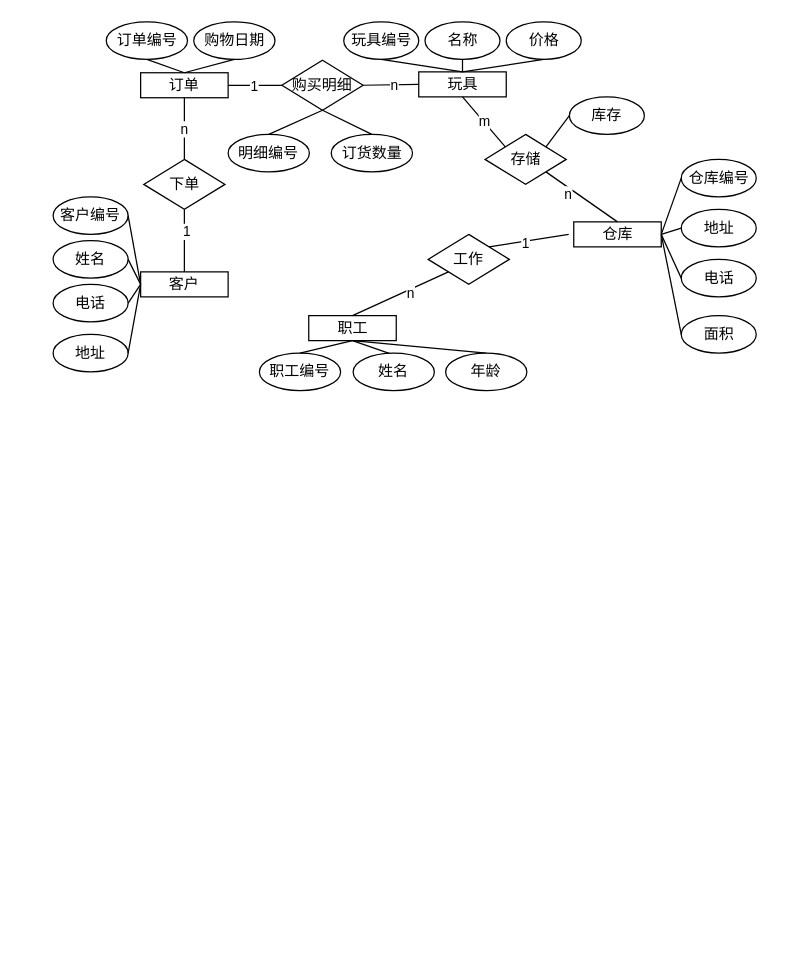
Before: LessonUML/shijuan.drawio in WFTGF2024/UML, a draw.io diagram. Source tidied: cells renumbered, new cells numbered last; positions are measured from the earlier drawing's top-left corner, leaving out a move shared by most shapes. Both pictures are drawn from the tidied source at 125%, with x=0, y=0 at pixel (52, 21).
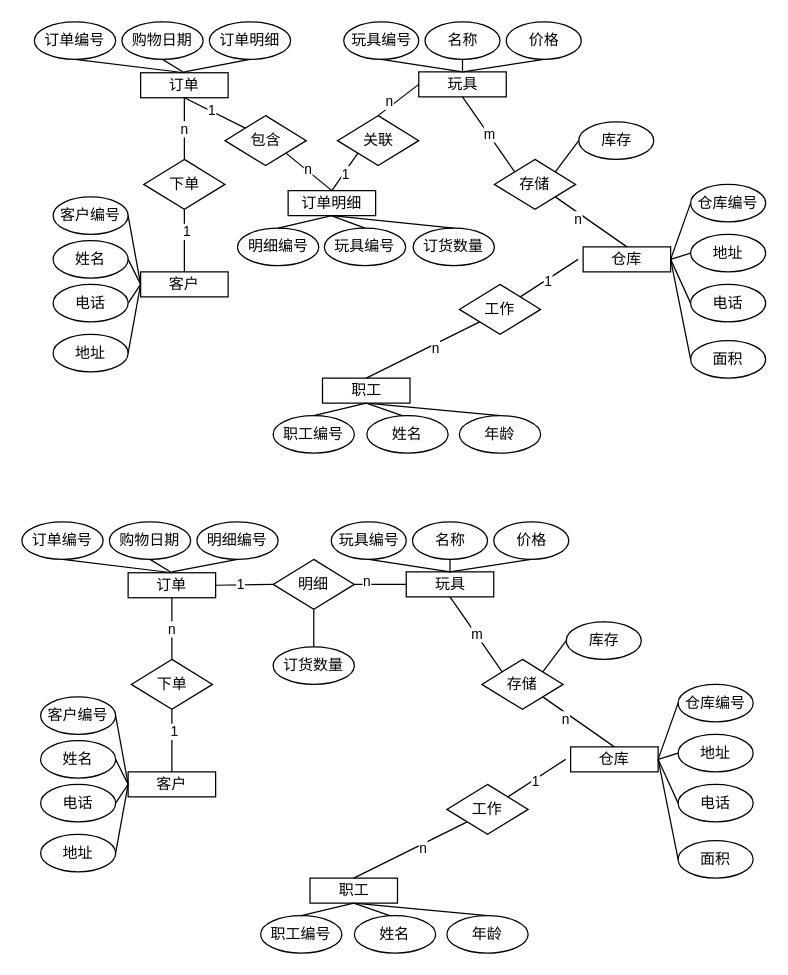
The same page after the edit.

Unchanged cells that the change refers to:
```xml
<mxCell id="2" value="玩具" style="rounded=0;whiteSpace=wrap;html=1;" parent="1" vertex="1">
  <mxGeometry x="292.5" y="40" width="70" height="20" as="geometry" />
</mxCell>
<mxCell id="8" value="订单" style="rounded=0;whiteSpace=wrap;html=1;" parent="1" vertex="1">
  <mxGeometry x="70" y="40.7" width="70" height="20" as="geometry" />
</mxCell>
```

Diff of the diagram source:
```diff
@@
     <mxCell id="6" value="仓库编号" style="ellipse;whiteSpace=wrap;html=1;" parent="1" vertex="1">
-      <mxGeometry x="502.5" y="110" width="60" height="30" as="geometry" />
+      <mxGeometry x="510" y="130" width="60" height="30" as="geometry" />
     </mxCell>
     <mxCell id="7" value="仓库" style="rounded=0;whiteSpace=wrap;html=1;" parent="1" vertex="1">
-      <mxGeometry x="416.5" y="160" width="70" height="20" as="geometry" />
+      <mxGeometry x="424" y="180" width="70" height="20" as="geometry" />
     </mxCell>
@@
     <mxCell id="14" value="地址" style="ellipse;whiteSpace=wrap;html=1;" parent="1" vertex="1">
-      <mxGeometry x="502.5" y="150" width="60" height="30" as="geometry" />
+      <mxGeometry x="510" y="170" width="60" height="30" as="geometry" />
     </mxCell>
     <mxCell id="15" value="电话" style="ellipse;whiteSpace=wrap;html=1;" parent="1" vertex="1">
-      <mxGeometry x="502.5" y="190" width="60" height="30" as="geometry" />
+      <mxGeometry x="510" y="210" width="60" height="30" as="geometry" />
     </mxCell>
     <mxCell id="16" value="面积" style="ellipse;whiteSpace=wrap;html=1;" parent="1" vertex="1">
-      <mxGeometry x="502.5" y="235" width="60" height="30" as="geometry" />
+      <mxGeometry x="510" y="255" width="60" height="30" as="geometry" />
     </mxCell>
     <mxCell id="17" value="订货数量" style="ellipse;whiteSpace=wrap;html=1;" parent="1" vertex="1">
-      <mxGeometry x="222.5" y="90" width="65" height="30" as="geometry" />
+      <mxGeometry x="288" y="165" width="65" height="30" as="geometry" />
     </mxCell>
     <mxCell id="18" value="订单编号" style="ellipse;whiteSpace=wrap;html=1;" parent="1" vertex="1">
-      <mxGeometry x="42.5" width="65" height="30" as="geometry" />
+      <mxGeometry x="-15" width="65" height="30" as="geometry" />
     </mxCell>
     <mxCell id="19" value="购物日期" style="ellipse;whiteSpace=wrap;html=1;" parent="1" vertex="1">
-      <mxGeometry x="112.5" width="65" height="30" as="geometry" />
+      <mxGeometry x="55" width="65" height="30" as="geometry" />
     </mxCell>
-    <mxCell id="20" value="明细编号" style="ellipse;whiteSpace=wrap;html=1;" parent="1" vertex="1">
-      <mxGeometry x="140" y="90" width="65" height="30" as="geometry" />
-    </mxCell>
     <mxCell id="21" value="存储" style="rhombus;whiteSpace=wrap;html=1;" parent="1" vertex="1">
-      <mxGeometry x="345.5" y="90" width="65" height="40" as="geometry" />
+      <mxGeometry x="353" y="110" width="65" height="40" as="geometry" />
     </mxCell>
     <mxCell id="22" value="库存" style="ellipse;whiteSpace=wrap;html=1;" parent="1" vertex="1">
-      <mxGeometry x="413" y="60" width="60" height="30" as="geometry" />
+      <mxGeometry x="420.5" y="80" width="60" height="30" as="geometry" />
     </mxCell>
@@
-    <mxCell id="25" style="endArrow=none;html=1;rounded=0;exitX=1;exitY=0.5;exitDx=0;exitDy=0;entryX=0;entryY=0.5;entryDx=0;entryDy=0;" parent="1" edge="1" source="8" target="46">
+    <mxCell id="25" style="endArrow=none;html=1;rounded=0;exitX=0.5;exitY=0;exitDx=0;exitDy=0;entryX=0;entryY=1;entryDx=0;entryDy=0;" parent="1" edge="1" source="68" target="46">
       <mxGeometry relative="1" as="geometry" />
     </mxCell>
@@
     <mxCell id="31" value="职工" style="rounded=0;whiteSpace=wrap;html=1;" parent="1" vertex="1">
-      <mxGeometry x="204.5" y="235" width="70" height="20" as="geometry" />
+      <mxGeometry x="215.5" y="285" width="70" height="20" as="geometry" />
     </mxCell>
     <mxCell id="32" value="工作" style="rhombus;whiteSpace=wrap;html=1;" parent="1" vertex="1">
-      <mxGeometry x="300" y="170" width="65" height="40" as="geometry" />
+      <mxGeometry x="325" y="210" width="65" height="40" as="geometry" />
     </mxCell>
     <mxCell id="33" style="endArrow=none;html=1;rounded=0;entryX=0.462;entryY=0.019;entryDx=0;entryDy=0;entryPerimeter=0;" parent="1" edge="1" target="40">
       <mxGeometry relative="1" as="geometry">
-        <mxPoint x="239.5" y="255" as="sourcePoint" />
+        <mxPoint x="250.5" y="305" as="sourcePoint" />
       </mxGeometry>
     </mxCell>
@@
     <mxCell id="35" style="endArrow=none;html=1;rounded=0;exitX=1;exitY=0;exitDx=0;exitDy=0;" parent="1" edge="1" source="32">
       <mxGeometry relative="1" as="geometry">
-        <mxPoint x="412.5" y="170" as="targetPoint" />
+        <mxPoint x="420" y="190" as="targetPoint" />
       </mxGeometry>
     </mxCell>
@@
     <mxCell id="39" value="职工编号" style="ellipse;whiteSpace=wrap;html=1;" parent="1" vertex="1">
-      <mxGeometry x="165" y="265" width="65" height="30" as="geometry" />
+      <mxGeometry x="176" y="315" width="65" height="30" as="geometry" />
     </mxCell>
     <mxCell id="40" value="姓名" style="ellipse;whiteSpace=wrap;html=1;" parent="1" vertex="1">
-      <mxGeometry x="240" y="265" width="65" height="30" as="geometry" />
+      <mxGeometry x="251" y="315" width="65" height="30" as="geometry" />
     </mxCell>
     <mxCell id="41" value="年龄" style="ellipse;whiteSpace=wrap;html=1;" parent="1" vertex="1">
-      <mxGeometry x="314" y="265" width="65" height="30" as="geometry" />
+      <mxGeometry x="325" y="315" width="65" height="30" as="geometry" />
     </mxCell>
@@
-    <mxCell id="46" value="购买明细" style="rhombus;whiteSpace=wrap;html=1;" parent="1" vertex="1">
-      <mxGeometry x="183" y="30.7" width="65" height="40" as="geometry" />
+    <mxCell id="46" value="关联" style="rhombus;whiteSpace=wrap;html=1;" parent="1" vertex="1">
+      <mxGeometry x="227.5" y="75" width="65" height="40" as="geometry" />
     </mxCell>
-    <mxCell id="47" style="endArrow=none;html=1;rounded=0;entryX=0.5;entryY=1;entryDx=0;entryDy=0;exitX=0.5;exitY=0;exitDx=0;exitDy=0;" parent="1" edge="1" source="20" target="46">
-      <mxGeometry relative="1" as="geometry" />
-    </mxCell>
-    <mxCell id="48" style="endArrow=none;html=1;rounded=0;exitX=0;exitY=0.5;exitDx=0;exitDy=0;entryX=1;entryY=0.5;entryDx=0;entryDy=0;" parent="1" edge="1" source="2" target="46">
+    <mxCell id="48" style="endArrow=none;html=1;rounded=0;exitX=0;exitY=0.5;exitDx=0;exitDy=0;entryX=0.5;entryY=0;entryDx=0;entryDy=0;" parent="1" edge="1" source="2" target="46">
       <mxGeometry relative="1" as="geometry" />
     </mxCell>
     <mxCell id="49" value="n" style="edgeLabel;html=1;align=center;verticalAlign=middle;" parent="48" vertex="1">
       <mxGeometry x="0.41" y="4" relative="1" as="geometry">
-        <mxPoint x="11" y="-4" as="offset" />
+        <mxPoint x="-3" y="-7" as="offset" />
       </mxGeometry>
     </mxCell>
-    <mxCell id="50" style="endArrow=none;html=1;rounded=0;entryX=0.5;entryY=0;entryDx=0;entryDy=0;exitX=0.5;exitY=1;exitDx=0;exitDy=0;" parent="1" edge="1" source="46" target="17">
+    <mxCell id="50" style="endArrow=none;html=1;rounded=0;entryX=0.5;entryY=0;entryDx=0;entryDy=0;exitX=1;exitY=1;exitDx=0;exitDy=0;" parent="1" edge="1" source="74" target="68">
       <mxGeometry relative="1" as="geometry" />
     </mxCell>
+    <mxCell id="65" value="n" style="edgeLabel;html=1;align=center;verticalAlign=middle;" parent="50" vertex="1">
+      <mxGeometry x="-0.11" y="1" relative="1" as="geometry" />
+    </mxCell>
@@
+    <mxCell id="66" value="订单明细" style="ellipse;whiteSpace=wrap;html=1;" parent="1" vertex="1">
+      <mxGeometry x="125" width="65" height="30" as="geometry" />
+    </mxCell>
+    <mxCell id="67" style="endArrow=none;html=1;rounded=0;entryX=0.5;entryY=1;entryDx=0;entryDy=0;" parent="1" edge="1" target="66">
+      <mxGeometry relative="1" as="geometry">
+        <mxPoint x="105" y="40" as="sourcePoint" />
+      </mxGeometry>
+    </mxCell>
+    <mxCell id="68" value="订单明细" style="rounded=0;whiteSpace=wrap;html=1;" parent="1" vertex="1">
+      <mxGeometry x="188" y="135" width="70" height="20" as="geometry" />
+    </mxCell>
+    <mxCell id="69" value="明细编号" style="ellipse;whiteSpace=wrap;html=1;" parent="1" vertex="1">
+      <mxGeometry x="147.5" y="165" width="65" height="30" as="geometry" />
+    </mxCell>
+    <mxCell id="70" value="玩具编号" style="ellipse;whiteSpace=wrap;html=1;" parent="1" vertex="1">
+      <mxGeometry x="217" y="165" width="65" height="30" as="geometry" />
+    </mxCell>
+    <mxCell id="71" style="endArrow=none;html=1;rounded=0;entryX=0.5;entryY=0;entryDx=0;entryDy=0;exitX=0.5;exitY=1;exitDx=0;exitDy=0;" parent="1" edge="1" source="68" target="69">
+      <mxGeometry relative="1" as="geometry" />
+    </mxCell>
+    <mxCell id="72" style="endArrow=none;html=1;rounded=0;entryX=0.5;entryY=1;entryDx=0;entryDy=0;exitX=0.5;exitY=0;exitDx=0;exitDy=0;" parent="1" edge="1" source="17" target="68">
+      <mxGeometry relative="1" as="geometry" />
+    </mxCell>
+    <mxCell id="73" style="endArrow=none;html=1;rounded=0;entryX=0.5;entryY=0;entryDx=0;entryDy=0;" parent="1" edge="1" target="70">
+      <mxGeometry relative="1" as="geometry">
+        <mxPoint x="222.5" y="155" as="sourcePoint" />
+      </mxGeometry>
+    </mxCell>
+    <mxCell id="74" value="包含" style="rhombus;whiteSpace=wrap;html=1;" parent="1" vertex="1">
+      <mxGeometry x="137.5" y="75" width="65" height="40" as="geometry" />
+    </mxCell>
+    <mxCell id="75" style="endArrow=none;html=1;rounded=0;entryX=0;entryY=0;entryDx=0;entryDy=0;exitX=0.5;exitY=1;exitDx=0;exitDy=0;" parent="1" edge="1" source="8" target="74">
+      <mxGeometry relative="1" as="geometry" />
+    </mxCell>
+    <mxCell id="76" value="1" style="edgeLabel;html=1;align=center;verticalAlign=middle;" parent="75" vertex="1">
+      <mxGeometry x="-0.11" y="1" relative="1" as="geometry" />
+    </mxCell>
+    <mxCell id="77" value="玩具" style="rounded=0;whiteSpace=wrap;html=1;" parent="1" vertex="1">
+      <mxGeometry x="282.5" y="440" width="70" height="20" as="geometry" />
+    </mxCell>
+    <mxCell id="78" value="客户" style="rounded=0;whiteSpace=wrap;html=1;" parent="1" vertex="1">
+      <mxGeometry x="60" y="600" width="70" height="20" as="geometry" />
+    </mxCell>
+    <mxCell id="79" value="玩具编号" style="ellipse;whiteSpace=wrap;html=1;" parent="1" vertex="1">
+      <mxGeometry x="222.5" y="400" width="60" height="30" as="geometry" />
+    </mxCell>
+    <mxCell id="80" value="名称" style="ellipse;whiteSpace=wrap;html=1;" parent="1" vertex="1">
+      <mxGeometry x="287.5" y="400" width="60" height="30" as="geometry" />
+    </mxCell>
+    <mxCell id="81" value="仓库编号" style="ellipse;whiteSpace=wrap;html=1;" parent="1" vertex="1">
+      <mxGeometry x="500" y="530" width="60" height="30" as="geometry" />
+    </mxCell>
+    <mxCell id="82" value="仓库" style="rounded=0;whiteSpace=wrap;html=1;" parent="1" vertex="1">
+      <mxGeometry x="414" y="580" width="70" height="20" as="geometry" />
+    </mxCell>
+    <mxCell id="83" value="订单" style="rounded=0;whiteSpace=wrap;html=1;" parent="1" vertex="1">
+      <mxGeometry x="60" y="440.7" width="70" height="20" as="geometry" />
+    </mxCell>
+    <mxCell id="84" value="客户编号" style="ellipse;whiteSpace=wrap;html=1;" parent="1" vertex="1">
+      <mxGeometry x="-10" y="540" width="60" height="30" as="geometry" />
+    </mxCell>
+    <mxCell id="85" value="姓名" style="ellipse;whiteSpace=wrap;html=1;" parent="1" vertex="1">
+      <mxGeometry x="-10" y="575" width="60" height="30" as="geometry" />
+    </mxCell>
+    <mxCell id="86" value="电话" style="ellipse;whiteSpace=wrap;html=1;" parent="1" vertex="1">
+      <mxGeometry x="-10" y="610" width="60" height="30" as="geometry" />
+    </mxCell>
+    <mxCell id="87" value="地址" style="ellipse;whiteSpace=wrap;html=1;" parent="1" vertex="1">
+      <mxGeometry x="-10" y="650" width="60" height="30" as="geometry" />
+    </mxCell>
+    <mxCell id="88" value="价格" style="ellipse;whiteSpace=wrap;html=1;" parent="1" vertex="1">
+      <mxGeometry x="352.5" y="400" width="60" height="30" as="geometry" />
+    </mxCell>
+    <mxCell id="89" value="地址" style="ellipse;whiteSpace=wrap;html=1;" parent="1" vertex="1">
+      <mxGeometry x="500" y="570" width="60" height="30" as="geometry" />
+    </mxCell>
+    <mxCell id="90" value="电话" style="ellipse;whiteSpace=wrap;html=1;" parent="1" vertex="1">
+      <mxGeometry x="500" y="610" width="60" height="30" as="geometry" />
+    </mxCell>
+    <mxCell id="91" value="面积" style="ellipse;whiteSpace=wrap;html=1;" parent="1" vertex="1">
+      <mxGeometry x="500" y="655" width="60" height="30" as="geometry" />
+    </mxCell>
+    <mxCell id="92" value="订货数量" style="ellipse;whiteSpace=wrap;html=1;" parent="1" vertex="1">
+      <mxGeometry x="176" y="500" width="65" height="30" as="geometry" />
+    </mxCell>
+    <mxCell id="93" value="订单编号" style="ellipse;whiteSpace=wrap;html=1;" parent="1" vertex="1">
+      <mxGeometry x="-25" y="400" width="65" height="30" as="geometry" />
+    </mxCell>
+    <mxCell id="94" value="购物日期" style="ellipse;whiteSpace=wrap;html=1;" parent="1" vertex="1">
+      <mxGeometry x="45" y="400" width="65" height="30" as="geometry" />
+    </mxCell>
+    <mxCell id="95" value="存储" style="rhombus;whiteSpace=wrap;html=1;" parent="1" vertex="1">
+      <mxGeometry x="343" y="510" width="65" height="40" as="geometry" />
+    </mxCell>
+    <mxCell id="96" value="库存" style="ellipse;whiteSpace=wrap;html=1;" parent="1" vertex="1">
+      <mxGeometry x="410.5" y="480" width="60" height="30" as="geometry" />
+    </mxCell>
+    <mxCell id="97" style="endArrow=none;html=1;rounded=0;entryX=0;entryY=0;entryDx=0;entryDy=0;exitX=0.5;exitY=1;exitDx=0;exitDy=0;" parent="1" edge="1" source="77" target="95">
+      <mxGeometry relative="1" as="geometry" />
+    </mxCell>
+    <mxCell id="98" value="m" style="edgeLabel;html=1;align=center;verticalAlign=middle;" parent="97" vertex="1">
+      <mxGeometry x="-0.04" relative="1" as="geometry">
+        <mxPoint x="1" y="1" as="offset" />
+      </mxGeometry>
+    </mxCell>
+    <mxCell id="99" style="endArrow=none;html=1;rounded=0;exitX=0.5;exitY=1;exitDx=0;exitDy=0;entryX=0.5;entryY=0;entryDx=0;entryDy=0;" parent="1" edge="1" source="103" target="113">
+      <mxGeometry relative="1" as="geometry" />
+    </mxCell>
+    <mxCell id="100" style="endArrow=none;html=1;rounded=0;exitX=1;exitY=1;exitDx=0;exitDy=0;entryX=0.5;entryY=0;entryDx=0;entryDy=0;" parent="1" edge="1" source="95" target="82">
+      <mxGeometry relative="1" as="geometry" />
+    </mxCell>
+    <mxCell id="101" value="n" style="edgeLabel;html=1;align=center;verticalAlign=middle;" parent="100" vertex="1">
+      <mxGeometry x="-0.32" y="-4" relative="1" as="geometry" />
+    </mxCell>
+    <mxCell id="102" style="endArrow=none;html=1;rounded=0;exitX=1;exitY=0;exitDx=0;exitDy=0;entryX=0;entryY=0.5;entryDx=0;entryDy=0;" parent="1" edge="1" source="95" target="96">
+      <mxGeometry relative="1" as="geometry" />
+    </mxCell>
+    <mxCell id="103" value="职工" style="rounded=0;whiteSpace=wrap;html=1;" parent="1" vertex="1">
+      <mxGeometry x="205.5" y="685" width="70" height="20" as="geometry" />
+    </mxCell>
+    <mxCell id="104" value="工作" style="rhombus;whiteSpace=wrap;html=1;" parent="1" vertex="1">
+      <mxGeometry x="315" y="610" width="65" height="40" as="geometry" />
+    </mxCell>
+    <mxCell id="105" style="endArrow=none;html=1;rounded=0;entryX=0.462;entryY=0.019;entryDx=0;entryDy=0;entryPerimeter=0;" parent="1" edge="1" target="112">
+      <mxGeometry relative="1" as="geometry">
+        <mxPoint x="240.5" y="705" as="sourcePoint" />
+      </mxGeometry>
+    </mxCell>
+    <mxCell id="106" style="endArrow=none;html=1;rounded=0;exitX=1;exitY=0.5;exitDx=0;exitDy=0;entryX=0;entryY=0.5;entryDx=0;entryDy=0;" parent="1" edge="1" source="82" target="81">
+      <mxGeometry relative="1" as="geometry" />
+    </mxCell>
+    <mxCell id="107" style="endArrow=none;html=1;rounded=0;exitX=1;exitY=0;exitDx=0;exitDy=0;" parent="1" edge="1" source="104">
+      <mxGeometry relative="1" as="geometry">
+        <mxPoint x="410" y="590" as="targetPoint" />
+      </mxGeometry>
+    </mxCell>
+    <mxCell id="108" value="1" style="edgeLabel;html=1;align=center;verticalAlign=middle;" parent="107" vertex="1">
+      <mxGeometry x="-0.09" y="-1" relative="1" as="geometry" />
+    </mxCell>
+    <mxCell id="109" style="endArrow=none;html=1;rounded=0;entryX=0;entryY=1;entryDx=0;entryDy=0;exitX=0.5;exitY=0;exitDx=0;exitDy=0;" parent="1" edge="1" source="103" target="104">
+      <mxGeometry relative="1" as="geometry" />
+    </mxCell>
+    <mxCell id="110" value="n" style="edgeLabel;html=1;align=center;verticalAlign=middle;" parent="109" vertex="1">
+      <mxGeometry x="0.18" y="-2" relative="1" as="geometry" />
+    </mxCell>
+    <mxCell id="111" value="职工编号" style="ellipse;whiteSpace=wrap;html=1;" parent="1" vertex="1">
+      <mxGeometry x="166" y="715" width="65" height="30" as="geometry" />
+    </mxCell>
+    <mxCell id="112" value="姓名" style="ellipse;whiteSpace=wrap;html=1;" parent="1" vertex="1">
+      <mxGeometry x="241" y="715" width="65" height="30" as="geometry" />
+    </mxCell>
+    <mxCell id="113" value="年龄" style="ellipse;whiteSpace=wrap;html=1;" parent="1" vertex="1">
+      <mxGeometry x="315" y="715" width="65" height="30" as="geometry" />
+    </mxCell>
+    <mxCell id="114" style="endArrow=none;html=1;rounded=0;entryX=0.5;entryY=1;entryDx=0;entryDy=0;exitX=0.5;exitY=0;exitDx=0;exitDy=0;" parent="1" edge="1" source="111" target="103">
+      <mxGeometry relative="1" as="geometry" />
+    </mxCell>
+    <mxCell id="115" style="endArrow=none;html=1;rounded=0;entryX=1;entryY=0.5;entryDx=0;entryDy=0;exitX=0;exitY=0.5;exitDx=0;exitDy=0;" parent="1" edge="1" source="91" target="82">
+      <mxGeometry relative="1" as="geometry" />
+    </mxCell>
+    <mxCell id="116" style="endArrow=none;html=1;rounded=0;entryX=0;entryY=0.5;entryDx=0;entryDy=0;exitX=1;exitY=0.5;exitDx=0;exitDy=0;" parent="1" edge="1" source="82" target="90">
+      <mxGeometry relative="1" as="geometry" />
+    </mxCell>
+    <mxCell id="117" style="endArrow=none;html=1;rounded=0;exitX=1;exitY=0.5;exitDx=0;exitDy=0;entryX=0;entryY=0.5;entryDx=0;entryDy=0;" parent="1" edge="1" source="82" target="89">
+      <mxGeometry relative="1" as="geometry" />
+    </mxCell>
+    <mxCell id="118" value="明细" style="rhombus;whiteSpace=wrap;html=1;" parent="1" vertex="1">
+      <mxGeometry x="176" y="430" width="65" height="40" as="geometry" />
+    </mxCell>
+    <mxCell id="119" style="endArrow=none;html=1;rounded=0;exitX=0;exitY=0.5;exitDx=0;exitDy=0;entryX=1;entryY=0.5;entryDx=0;entryDy=0;" parent="1" edge="1" source="77" target="118">
+      <mxGeometry relative="1" as="geometry" />
+    </mxCell>
+    <mxCell id="120" value="n" style="edgeLabel;html=1;align=center;verticalAlign=middle;" parent="119" vertex="1">
+      <mxGeometry x="0.41" y="4" relative="1" as="geometry">
+        <mxPoint x="-3" y="-7" as="offset" />
+      </mxGeometry>
+    </mxCell>
+    <mxCell id="121" style="endArrow=none;html=1;rounded=0;entryX=0.5;entryY=1;entryDx=0;entryDy=0;exitX=0.5;exitY=0;exitDx=0;exitDy=0;" parent="1" edge="1" source="83" target="94">
+      <mxGeometry relative="1" as="geometry" />
+    </mxCell>
+    <mxCell id="122" style="endArrow=none;html=1;rounded=0;entryX=0.5;entryY=1;entryDx=0;entryDy=0;exitX=0.5;exitY=0;exitDx=0;exitDy=0;" parent="1" edge="1" source="83" target="93">
+      <mxGeometry relative="1" as="geometry" />
+    </mxCell>
+    <mxCell id="123" style="endArrow=none;html=1;rounded=0;entryX=0.5;entryY=0;entryDx=0;entryDy=0;exitX=0.5;exitY=1;exitDx=0;exitDy=0;" parent="1" edge="1" source="79" target="77">
+      <mxGeometry relative="1" as="geometry" />
+    </mxCell>
+    <mxCell id="124" style="endArrow=none;html=1;rounded=0;entryX=0.5;entryY=1;entryDx=0;entryDy=0;exitX=0.5;exitY=0;exitDx=0;exitDy=0;" parent="1" edge="1" source="77" target="80">
+      <mxGeometry relative="1" as="geometry" />
+    </mxCell>
+    <mxCell id="125" style="endArrow=none;html=1;rounded=0;entryX=0.5;entryY=1;entryDx=0;entryDy=0;exitX=0.5;exitY=0;exitDx=0;exitDy=0;" parent="1" edge="1" source="77" target="88">
+      <mxGeometry relative="1" as="geometry" />
+    </mxCell>
+    <mxCell id="126" style="endArrow=none;html=1;rounded=0;entryX=0.5;entryY=1;entryDx=0;entryDy=0;exitX=0.5;exitY=0;exitDx=0;exitDy=0;" parent="1" edge="1" source="78" target="131">
+      <mxGeometry relative="1" as="geometry" />
+    </mxCell>
+    <mxCell id="127" value="1" style="edgeLabel;html=1;align=center;verticalAlign=middle;" parent="126" vertex="1">
+      <mxGeometry x="0.3" y="-1" relative="1" as="geometry" />
+    </mxCell>
+    <mxCell id="128" style="endArrow=none;html=1;rounded=0;entryX=0.5;entryY=0;entryDx=0;entryDy=0;exitX=0.5;exitY=1;exitDx=0;exitDy=0;" parent="1" edge="1" source="83" target="131">
+      <mxGeometry relative="1" as="geometry" />
+    </mxCell>
+    <mxCell id="129" value="n" style="edgeLabel;html=1;align=center;verticalAlign=middle;" parent="128" vertex="1">
+      <mxGeometry y="-1" relative="1" as="geometry" />
+    </mxCell>
+    <mxCell id="130" style="endArrow=none;html=1;rounded=0;entryX=0;entryY=0.5;entryDx=0;entryDy=0;exitX=1;exitY=0.5;exitDx=0;exitDy=0;" parent="1" edge="1" source="87" target="78">
+      <mxGeometry relative="1" as="geometry" />
+    </mxCell>
+    <mxCell id="131" value="下单" style="rhombus;whiteSpace=wrap;html=1;" parent="1" vertex="1">
+      <mxGeometry x="62.5" y="510" width="65" height="40" as="geometry" />
+    </mxCell>
+    <mxCell id="132" style="endArrow=none;html=1;rounded=0;entryX=0;entryY=0.5;entryDx=0;entryDy=0;exitX=1;exitY=0.5;exitDx=0;exitDy=0;" parent="1" edge="1" source="86" target="78">
+      <mxGeometry relative="1" as="geometry" />
+    </mxCell>
+    <mxCell id="133" style="endArrow=none;html=1;rounded=0;entryX=0;entryY=0.5;entryDx=0;entryDy=0;exitX=1;exitY=0.5;exitDx=0;exitDy=0;" parent="1" edge="1" source="85" target="78">
+      <mxGeometry relative="1" as="geometry" />
+    </mxCell>
+    <mxCell id="134" style="endArrow=none;html=1;rounded=0;entryX=0;entryY=0.5;entryDx=0;entryDy=0;exitX=1;exitY=0.5;exitDx=0;exitDy=0;" parent="1" edge="1" source="84" target="78">
+      <mxGeometry relative="1" as="geometry" />
+    </mxCell>
+    <mxCell id="135" value="明细编号" style="ellipse;whiteSpace=wrap;html=1;" parent="1" vertex="1">
+      <mxGeometry x="115" y="400" width="65" height="30" as="geometry" />
+    </mxCell>
+    <mxCell id="136" style="endArrow=none;html=1;rounded=0;entryX=0.5;entryY=1;entryDx=0;entryDy=0;" parent="1" edge="1" target="135">
+      <mxGeometry relative="1" as="geometry">
+        <mxPoint x="95" y="440" as="sourcePoint" />
+      </mxGeometry>
+    </mxCell>
+    <mxCell id="137" style="endArrow=none;html=1;rounded=0;entryX=0;entryY=0.5;entryDx=0;entryDy=0;exitX=1;exitY=0.5;exitDx=0;exitDy=0;" parent="1" edge="1" source="83" target="118">
+      <mxGeometry relative="1" as="geometry" />
+    </mxCell>
+    <mxCell id="138" value="1" style="edgeLabel;html=1;align=center;verticalAlign=middle;" parent="137" vertex="1">
+      <mxGeometry x="-0.11" y="1" relative="1" as="geometry" />
+    </mxCell>
+    <mxCell id="139" style="endArrow=none;html=1;rounded=0;entryX=0.5;entryY=1;entryDx=0;entryDy=0;exitX=0.5;exitY=0;exitDx=0;exitDy=0;" parent="1" edge="1" source="92" target="118">
+      <mxGeometry relative="1" as="geometry" />
+    </mxCell>
```
